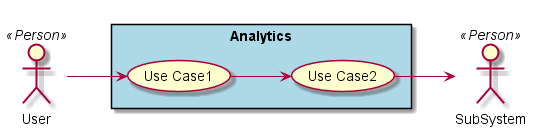
Before: docs/Solution/Analytics/UseCases.png, a diagram exported from PlantUML (CAADE/edgeville). The source it was exported from:
```plantuml
@startuml

left to right direction

actor :User: <<Person>>
actor :SubSystem: <<Person>>


rectangle "Analytics" #lightBlue {
UseCase UC1  as "Use Case1"
UseCase UC2  as "Use Case2"


User --> UC1
UC1 --> UC2
UC2 --> SubSystem
}

@enduml
```
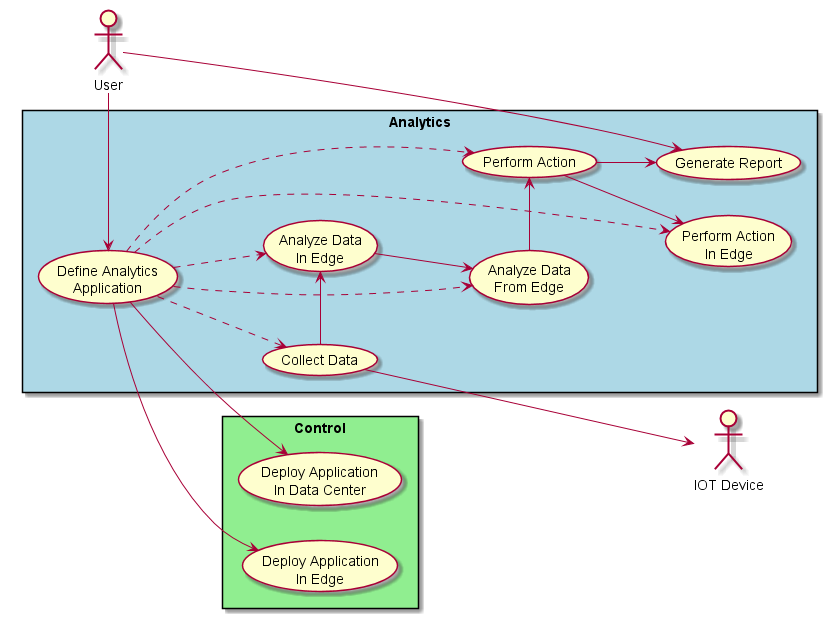
Above is the later version.

Change to the diagram source:
```diff
@@ -2,18 +2,40 @@
 
 left to right direction
 
-actor :User: <<Person>>
-actor :SubSystem: <<Person>>
+actor :User: as User
+actor :IOT Device: as device
 
 
 rectangle "Analytics" #lightBlue {
-UseCase UC1  as "Use Case1"
-UseCase UC2  as "Use Case2"
-
-
-User --> UC1
-UC1 --> UC2
-UC2 --> SubSystem
+    UseCase UC1 as "Analyze Data\nFrom Edge"
+    UseCase UC2 as "Analyze Data\nIn Edge"
+    UseCase UC3 as "Collect Data"
+    UseCase UC4 as "Perform Action"
+    UseCase UC5 as "Perform Action\nIn Edge"
+    UseCase UC6 as "Generate Report"
+    UseCase UC7 as "Define Analytics\nApplication"
 }
 
+rectangle "Control" #lightgreen {
+  UseCase UC10 as "Deploy Application\nIn Data Center"
+  UseCase UC11 as "Deploy Application\nIn Edge"
+}
+
+UC3 ---> device
+UC3 -> UC2
+UC2 --> UC1
+UC1 -> UC4
+UC4 --> UC5
+User -> UC6
+User -> UC7
+UC4 --> UC6
+UC7 ..> UC3
+UC7 ..> UC1
+UC7 ..> UC2
+UC7 ..> UC4
+UC7 ..> UC5
+
+UC7 --> UC10
+UC7 --> UC11
+
 @enduml
```
